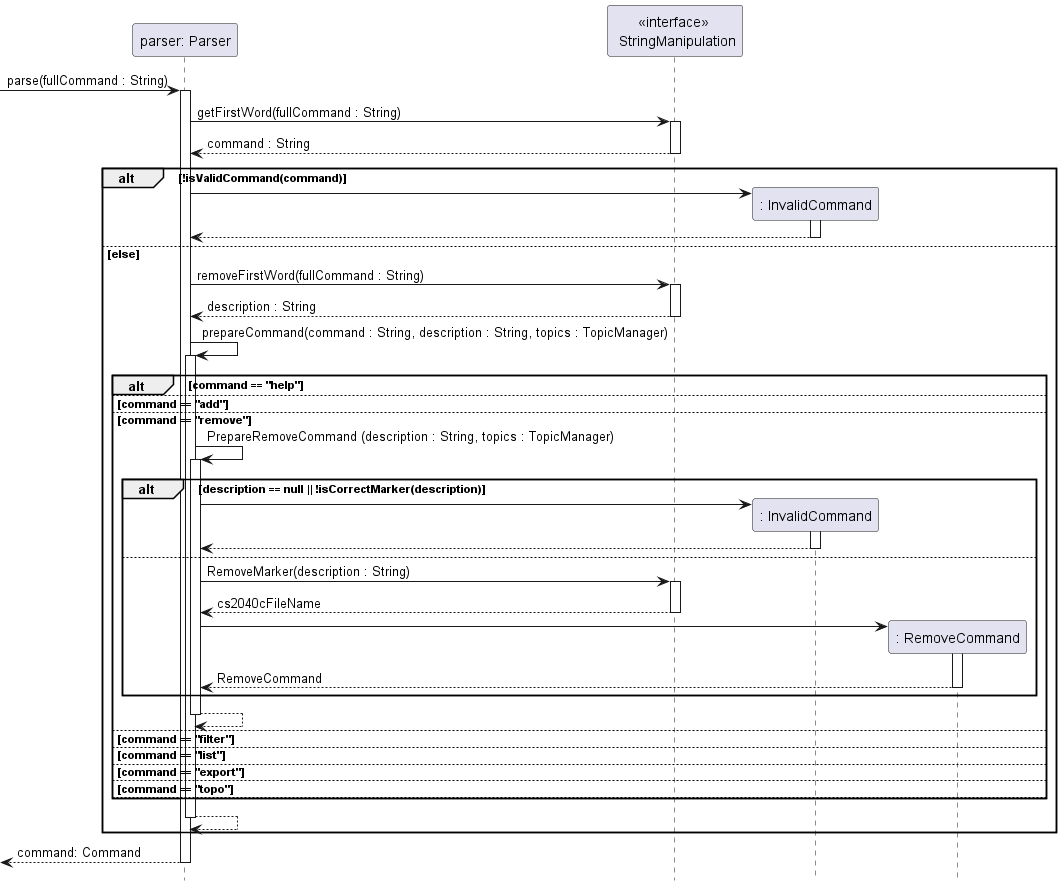
The PlantUML diagram docs/sequence-diagrams/diagrams/Parser.png in ong-ck/tp, before a commit.
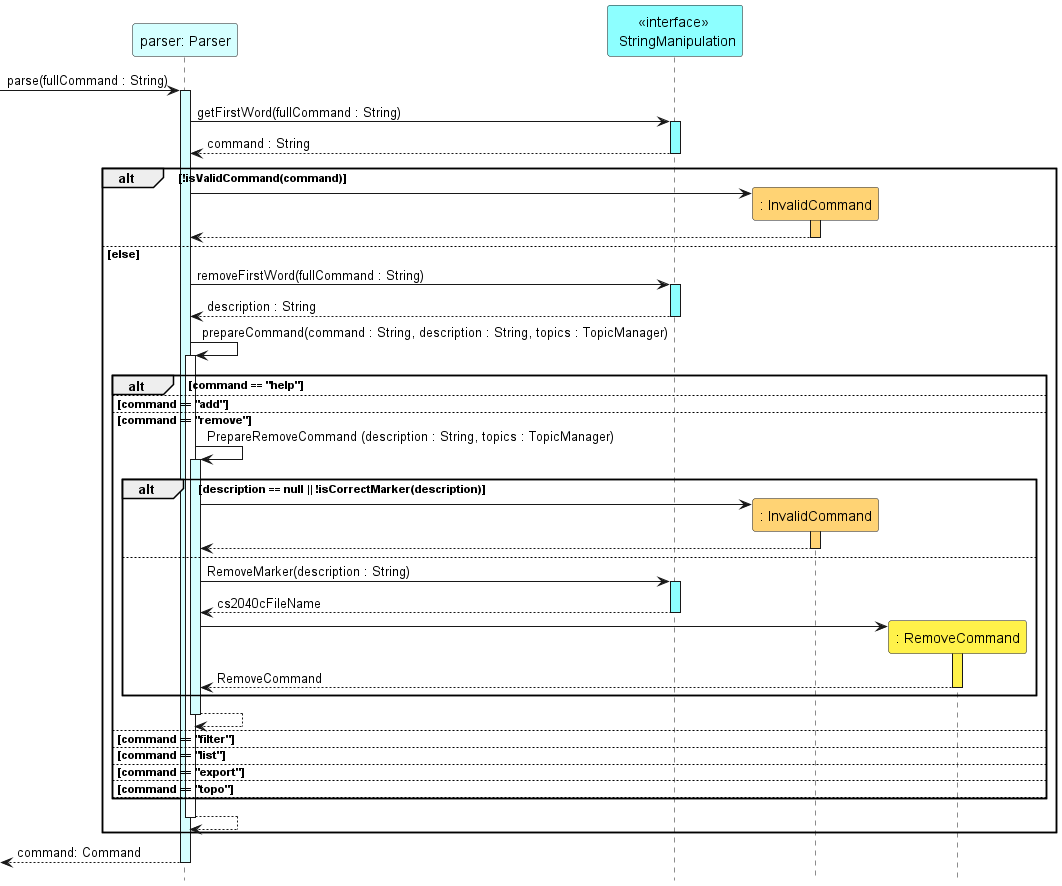
After the commit.

Diff of the diagram source:
```diff
@@ -1,24 +1,26 @@
 @startuml
+!include ../../style.iuml
+
 hide footbox
 
-participant "parser: Parser" as Parser
-participant "<<interface>> \n StringManipulation" as StringManipulation
-participant ": InvalidCommand" as InvalidCommand
-participant ": RemoveCommand" as RemoveCommand
+participant "parser: Parser" as Parser Parser_STYLE
+participant "<<interface>> \n StringManipulation" as StringManipulation StringManipulation_STYLE
+participant ": InvalidCommand" as InvalidCommand InvalidCommand_STYLE
+participant ": RemoveCommand" as RemoveCommand RemoveCommand_STYLE
 
 -> Parser : parse(fullCommand : String)
-activate Parser
+activate Parser Parser_STYLE
     Parser -> StringManipulation : getFirstWord(fullCommand : String)
-    activate StringManipulation
+    activate StringManipulation StringManipulation_STYLE
     return command : String
 
     alt !isValidCommand(command)
         Parser -> InvalidCommand **
-        activate InvalidCommand
+        activate InvalidCommand InvalidCommand_STYLE
         return
     else else
         Parser -> StringManipulation : removeFirstWord(fullCommand : String)
-        activate StringManipulation
+        activate StringManipulation StringManipulation_STYLE
         return description : String
 
         Parser -> Parser : prepareCommand(command : String, description : String, topics : TopicManager)
@@ -27,18 +29,18 @@
             else command == "add"
             else command == "remove"
                 Parser -> Parser : PrepareRemoveCommand (description : String, topics : TopicManager)
-                activate Parser
+                activate Parser Parser_STYLE
                     alt description == null || !isCorrectMarker(description)
                         Parser -> InvalidCommand **
-                        activate InvalidCommand
+                        activate InvalidCommand InvalidCommand_STYLE
                         return
                     else
                         Parser -> StringManipulation : RemoveMarker(description : String)
-                        activate StringManipulation
+                        activate StringManipulation StringManipulation_STYLE
                         return cs2040cFileName
 
                         Parser -> RemoveCommand **
-                        activate RemoveCommand
+                        activate RemoveCommand RemoveCommand_STYLE
                         return RemoveCommand
                     end
                 return
```
